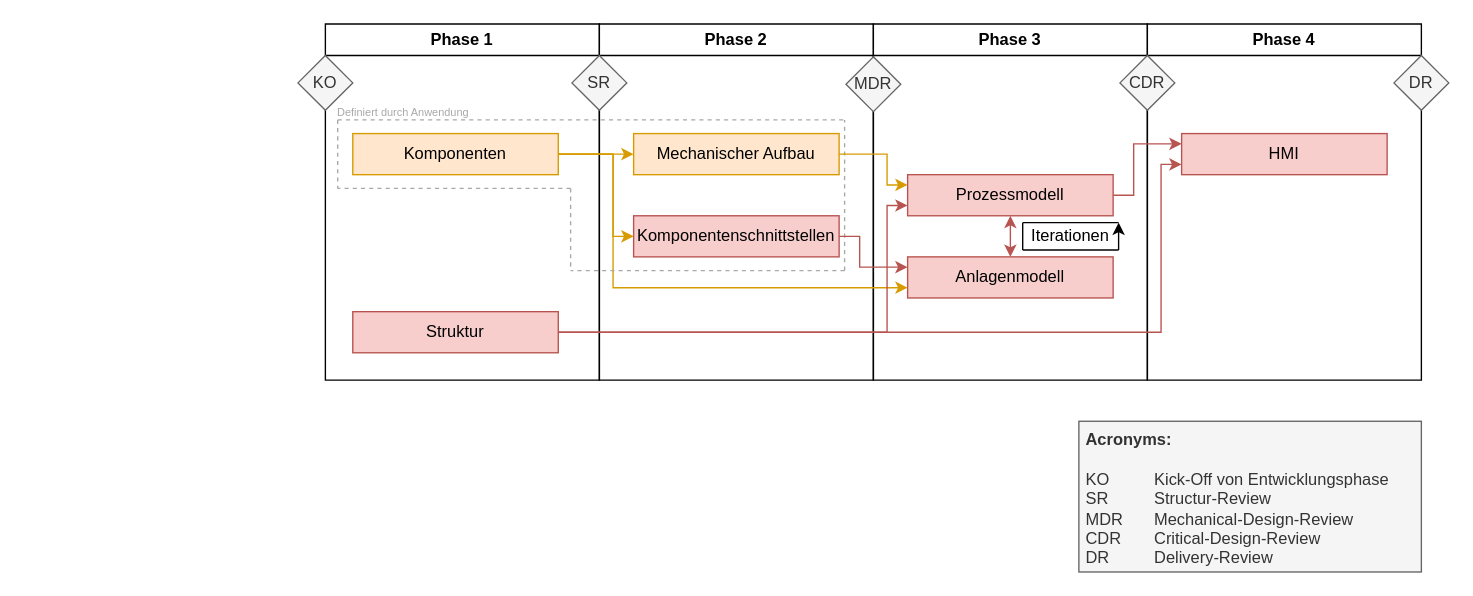
This is 03_Planung/02_Risikomanagement (Gate Planning)/GatePlanning.drawio from MrZabalu/MasterThesis, a draw.io file, before an edit. Source tidied: cells renumbered, new cells numbered last; positions are measured from the earlier drawing's top-left corner, leaving out a move shared by most shapes. Both pictures are drawn from the tidied source at 137%, with x=0, y=0 at pixel (297, 23).
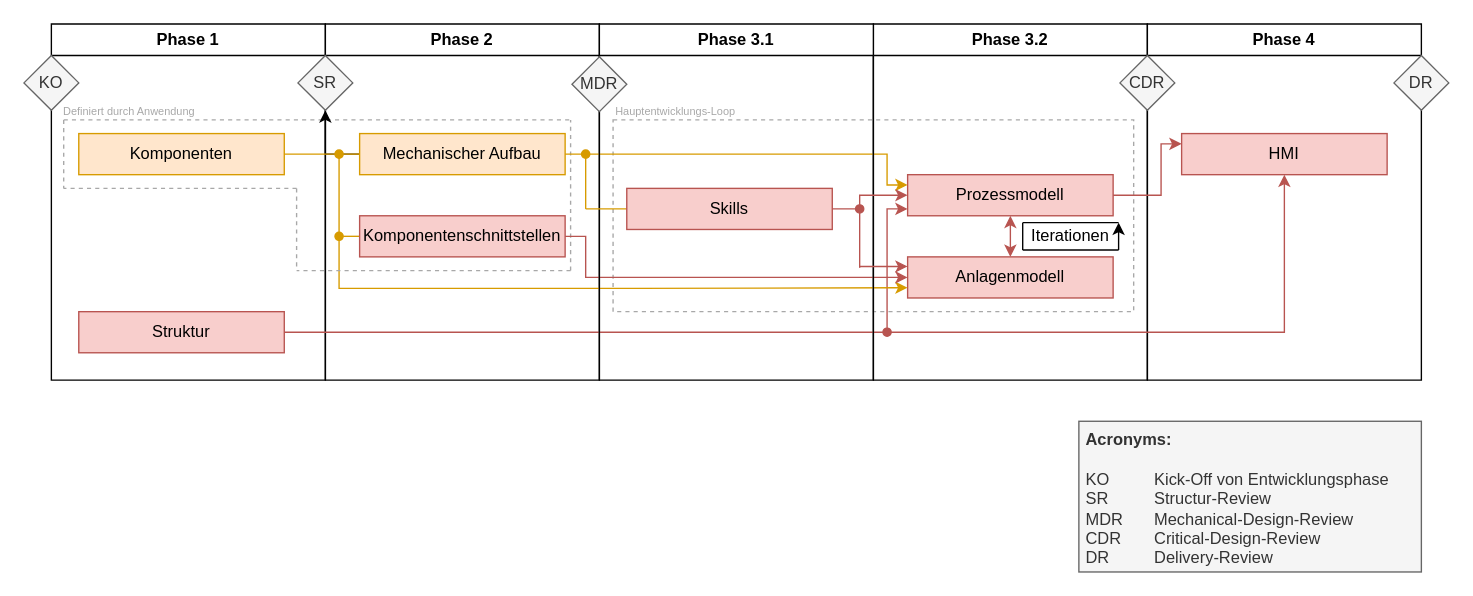
The same diagram, later.

The change refers to these unchanged cells:
```xml
<mxCell id="3" value="Komponenten" style="rounded=0;whiteSpace=wrap;html=1;fillColor=#ffe6cc;strokeColor=#d79b00;" parent="2" vertex="1">
  <mxGeometry x="20" y="80" width="150" height="30" as="geometry" />
</mxCell>
<mxCell id="4" value="Struktur" style="rounded=0;whiteSpace=wrap;html=1;fillColor=#f8cecc;strokeColor=#b85450;" parent="2" vertex="1">
  <mxGeometry x="20" y="210" width="150" height="30" as="geometry" />
</mxCell>
<mxCell id="9" value="Mechanischer Aufbau" style="rounded=0;whiteSpace=wrap;html=1;fillColor=#ffe6cc;strokeColor=#d79b00;" parent="8" vertex="1">
  <mxGeometry x="25" y="80" width="150" height="30" as="geometry" />
</mxCell>
<mxCell id="10" value="Komponentenschnittstellen" style="rounded=0;whiteSpace=wrap;html=1;fillColor=#f8cecc;strokeColor=#b85450;" parent="8" vertex="1">
  <mxGeometry x="25" y="140" width="150" height="30" as="geometry" />
</mxCell>
<mxCell id="11" value="SR" style="rhombus;whiteSpace=wrap;html=1;fillColor=#f5f5f5;fontColor=#333333;strokeColor=#666666;" parent="8" vertex="1">
  <mxGeometry x="-20" y="23" width="40" height="40" as="geometry" />
</mxCell>
<mxCell id="14" value="Anlagenmodell" style="rounded=0;whiteSpace=wrap;html=1;fillColor=#f8cecc;strokeColor=#b85450;" parent="13" vertex="1">
  <mxGeometry x="25" y="170" width="150" height="30" as="geometry" />
</mxCell>
<mxCell id="16" value="Prozessmodell" style="rounded=0;whiteSpace=wrap;html=1;fillColor=#f8cecc;strokeColor=#b85450;" parent="13" vertex="1">
  <mxGeometry x="25" y="110" width="150" height="30" as="geometry" />
</mxCell>
<mxCell id="24" value="HMI" style="rounded=0;whiteSpace=wrap;html=1;fillColor=#f8cecc;strokeColor=#b85450;" parent="23" vertex="1">
  <mxGeometry x="25" y="80" width="150" height="30" as="geometry" />
</mxCell>
```

Change to the diagram source:
```diff
@@
     <mxCell id="2" value="Phase 1" style="swimlane;whiteSpace=wrap;html=1;swimlaneFillColor=none;" parent="1" vertex="1">
-      <mxGeometry x="20" width="200" height="260" as="geometry" />
+      <mxGeometry x="-180" width="200" height="260" as="geometry" />
     </mxCell>
@@
     <mxCell id="7" value="Definiert durch Anwendung" style="text;html=1;align=left;verticalAlign=middle;whiteSpace=wrap;rounded=0;fontSize=8;fontColor=#A8A8A8;" parent="2" vertex="1">
-      <mxGeometry x="7" y="60" width="150" height="10" as="geometry" />
+      <mxGeometry x="7" y="59" width="150" height="10" as="geometry" />
     </mxCell>
     <mxCell id="8" value="Phase 2" style="swimlane;whiteSpace=wrap;html=1;" parent="1" vertex="1">
-      <mxGeometry x="220" width="200" height="260" as="geometry" />
+      <mxGeometry x="20" width="200" height="260" as="geometry" />
     </mxCell>
+    <mxCell id="40" style="edgeStyle=orthogonalEdgeStyle;rounded=0;jettySize=auto;html=1;" parent="8" edge="1" source="9" target="11">
+      <mxGeometry relative="1" as="geometry" />
+    </mxCell>
+    <mxCell id="41" style="rounded=0;jettySize=auto;html=1;endArrow=oval;endFill=1;fillColor=#ffe6cc;strokeColor=#d79b00;" parent="8" edge="1" source="9">
+      <mxGeometry relative="1" as="geometry">
+        <mxPoint x="10" y="95" as="targetPoint" />
+      </mxGeometry>
+    </mxCell>
@@
+    <mxCell id="42" style="rounded=0;jettySize=auto;html=1;endArrow=oval;endFill=1;fillColor=#ffe6cc;strokeColor=#d79b00;" parent="8" edge="1" source="10">
+      <mxGeometry relative="1" as="geometry">
+        <mxPoint x="10" y="155" as="targetPoint" />
+      </mxGeometry>
+    </mxCell>
@@
+    <mxCell id="43" style="endArrow=oval;html=1;rounded=0;endFill=1;fillColor=#ffe6cc;strokeColor=#d79b00;" parent="8" edge="1">
+      <mxGeometry relative="1" as="geometry">
+        <mxPoint x="190" y="135" as="sourcePoint" />
+        <mxPoint x="190" y="95" as="targetPoint" />
+      </mxGeometry>
+    </mxCell>
-    <mxCell id="13" value="Phase 3" style="swimlane;whiteSpace=wrap;html=1;" parent="1" vertex="1">
+    <mxCell id="13" value="Phase 3.2" style="swimlane;whiteSpace=wrap;html=1;" parent="1" vertex="1">
       <mxGeometry x="420" width="200" height="260" as="geometry" />
     </mxCell>
@@
-    <mxCell id="17" value="MDR" style="rhombus;whiteSpace=wrap;html=1;fillColor=#f5f5f5;fontColor=#333333;strokeColor=#666666;" parent="13" vertex="1">
-      <mxGeometry x="-20" y="24" width="40" height="40" as="geometry" />
-    </mxCell>
@@
+    <mxCell id="44" style="endArrow=classic;html=1;rounded=0;edgeStyle=orthogonalEdgeStyle;fillColor=#f8cecc;strokeColor=#b85450;endFill=1;startArrow=oval;startFill=1;" parent="13" edge="1">
+      <mxGeometry relative="1" as="geometry">
+        <mxPoint x="10" y="225" as="sourcePoint" />
+        <mxPoint x="25" y="135" as="targetPoint" />
+        <Array as="points">
+          <mxPoint x="10" y="135" />
+          <mxPoint x="25" y="135" />
+        </Array>
+      </mxGeometry>
+    </mxCell>
+    <mxCell id="45" style="rounded=0;whiteSpace=wrap;html=1;fillColor=none;strokeColor=#A8A8A8;dashed=1;" parent="13" vertex="1">
+      <mxGeometry x="-190" y="70" width="380" height="140" as="geometry" />
+    </mxCell>
@@
     <mxCell id="26" style="edgeStyle=orthogonalEdgeStyle;rounded=0;jettySize=auto;html=1;fillColor=#ffe6cc;strokeColor=#d79b00;entryX=0;entryY=0.75;entryDx=0;entryDy=0;" parent="1" edge="1" source="3" target="14">
       <mxGeometry relative="1" as="geometry">
         <Array as="points">
-          <mxPoint x="230" y="95" />
-          <mxPoint x="230" y="193" />
-          <mxPoint x="445" y="193" />
+          <mxPoint x="30" y="95" />
+          <mxPoint x="30" y="193" />
+          <mxPoint x="245" y="193" />
         </Array>
       </mxGeometry>
     </mxCell>
-    <mxCell id="27" style="edgeStyle=orthogonalEdgeStyle;rounded=0;jettySize=auto;html=1;entryX=0;entryY=0.5;entryDx=0;entryDy=0;fillColor=#ffe6cc;strokeColor=#d79b00;" parent="1" edge="1" source="3" target="10">
-      <mxGeometry relative="1" as="geometry">
-        <Array as="points">
-          <mxPoint x="230" y="95" />
-          <mxPoint x="230" y="155" />
-        </Array>
-      </mxGeometry>
-    </mxCell>
-    <mxCell id="28" style="edgeStyle=orthogonalEdgeStyle;rounded=0;jettySize=auto;html=1;fillColor=#ffe6cc;strokeColor=#d79b00;" parent="1" edge="1" source="3" target="9">
-      <mxGeometry relative="1" as="geometry" />
-    </mxCell>
     <mxCell id="29" style="edgeStyle=orthogonalEdgeStyle;rounded=0;jettySize=auto;html=1;entryX=0;entryY=0.25;entryDx=0;entryDy=0;fillColor=#ffe6cc;strokeColor=#d79b00;" parent="1" edge="1" source="9" target="16">
       <mxGeometry relative="1" as="geometry">
         <Array as="points">
           <mxPoint x="430" y="95" />
-          <mxPoint x="430" y="117" />
+          <mxPoint x="430" y="118" />
         </Array>
       </mxGeometry>
     </mxCell>
-    <mxCell id="30" style="edgeStyle=orthogonalEdgeStyle;rounded=0;jettySize=auto;html=1;entryX=0;entryY=0.75;entryDx=0;entryDy=0;fillColor=#f8cecc;strokeColor=#b85450;" parent="1" edge="1" source="4" target="16">
-      <mxGeometry relative="1" as="geometry">
-        <Array as="points">
-          <mxPoint x="430" y="225" />
-          <mxPoint x="430" y="133" />
-        </Array>
-      </mxGeometry>
-    </mxCell>
     <mxCell id="31" style="edgeStyle=orthogonalEdgeStyle;rounded=0;jettySize=auto;html=1;entryX=0;entryY=0.25;entryDx=0;entryDy=0;fillColor=#f8cecc;strokeColor=#b85450;" parent="1" edge="1" source="16" target="24">
       <mxGeometry relative="1" as="geometry">
         <Array as="points">
-          <mxPoint x="610" y="125" />
-          <mxPoint x="610" y="87" />
+          <mxPoint x="630" y="125" />
+          <mxPoint x="630" y="88" />
         </Array>
       </mxGeometry>
     </mxCell>
-    <mxCell id="32" style="edgeStyle=orthogonalEdgeStyle;rounded=0;jettySize=auto;html=1;entryX=0;entryY=0.75;entryDx=0;entryDy=0;fillColor=#f8cecc;strokeColor=#b85450;" parent="1" edge="1" source="4" target="24">
+    <mxCell id="32" style="edgeStyle=orthogonalEdgeStyle;rounded=0;jettySize=auto;html=1;entryX=0.5;entryY=1;entryDx=0;entryDy=0;fillColor=#f8cecc;strokeColor=#b85450;" parent="1" edge="1" source="4" target="24">
       <mxGeometry relative="1" as="geometry">
         <Array as="points">
-          <mxPoint x="630" y="225" />
-          <mxPoint x="630" y="103" />
+          <mxPoint x="720" y="225" />
         </Array>
       </mxGeometry>
     </mxCell>
-    <mxCell id="33" style="edgeStyle=orthogonalEdgeStyle;rounded=0;jettySize=auto;html=1;entryX=0;entryY=0.25;entryDx=0;entryDy=0;fillColor=#f8cecc;strokeColor=#b85450;flowAnimation=0;" parent="1" edge="1" source="10" target="14">
+    <mxCell id="33" style="edgeStyle=orthogonalEdgeStyle;rounded=0;jettySize=auto;html=1;entryX=0;entryY=0.5;entryDx=0;entryDy=0;fillColor=#f8cecc;strokeColor=#b85450;flowAnimation=0;" parent="1" edge="1" source="10" target="14">
       <mxGeometry relative="1" as="geometry">
         <Array as="points">
-          <mxPoint x="410" y="155" />
-          <mxPoint x="410" y="177" />
+          <mxPoint x="210" y="155" />
+          <mxPoint x="210" y="185" />
         </Array>
       </mxGeometry>
     </mxCell>
@@
     <mxCell id="36" style="endArrow=none;html=1;rounded=0;dashed=1;strokeColor=#A8A8A8;" parent="1" edge="1">
       <mxGeometry relative="1" as="geometry">
-        <mxPoint x="399" y="180" as="sourcePoint" />
-        <mxPoint x="199" y="180" as="targetPoint" />
+        <mxPoint x="199" y="180" as="sourcePoint" />
+        <mxPoint x="-1" y="180" as="targetPoint" />
       </mxGeometry>
     </mxCell>
     <mxCell id="37" style="endArrow=none;html=1;rounded=0;dashed=1;strokeColor=#A8A8A8;" parent="1" edge="1">
       <mxGeometry relative="1" as="geometry">
-        <mxPoint x="199" y="120" as="sourcePoint" />
-        <mxPoint x="199" y="180" as="targetPoint" />
+        <mxPoint x="-1" y="120" as="sourcePoint" />
+        <mxPoint x="-1" y="180" as="targetPoint" />
       </mxGeometry>
     </mxCell>
     <mxCell id="38" style="endArrow=none;html=1;rounded=0;dashed=1;strokeColor=#A8A8A8;" parent="1" edge="1">
       <mxGeometry relative="1" as="geometry">
-        <mxPoint x="199" y="120" as="sourcePoint" />
-        <mxPoint x="29" y="120" as="targetPoint" />
+        <mxPoint x="-1" y="120" as="sourcePoint" />
+        <mxPoint x="-171" y="120" as="targetPoint" />
       </mxGeometry>
     </mxCell>
     <mxCell id="39" style="endArrow=none;html=1;rounded=0;dashed=1;strokeColor=#A8A8A8;" parent="1" edge="1">
       <mxGeometry relative="1" as="geometry">
-        <mxPoint x="29" y="70" as="sourcePoint" />
-        <mxPoint x="29" y="120" as="targetPoint" />
+        <mxPoint x="-171" y="70" as="sourcePoint" />
+        <mxPoint x="-171" y="120" as="targetPoint" />
       </mxGeometry>
     </mxCell>
+    <mxCell id="46" value="Phase 3.1" style="swimlane;whiteSpace=wrap;html=1;" parent="1" vertex="1">
+      <mxGeometry x="220" width="200" height="260" as="geometry" />
+    </mxCell>
+    <mxCell id="17" value="MDR" style="rhombus;whiteSpace=wrap;html=1;fillColor=#f5f5f5;fontColor=#333333;strokeColor=#666666;" parent="46" vertex="1">
+      <mxGeometry x="-20" y="24" width="40" height="40" as="geometry" />
+    </mxCell>
+    <mxCell id="47" style="edgeStyle=orthogonalEdgeStyle;rounded=0;jettySize=auto;html=1;endArrow=none;endFill=0;fillColor=#ffe6cc;strokeColor=#d79b00;" parent="46" edge="1" source="48">
+      <mxGeometry relative="1" as="geometry">
+        <mxPoint x="-10" y="135" as="targetPoint" />
+      </mxGeometry>
+    </mxCell>
+    <mxCell id="48" value="Skills" style="rounded=0;whiteSpace=wrap;html=1;fillColor=#f8cecc;strokeColor=#b85450;" parent="46" vertex="1">
+      <mxGeometry x="20" y="120" width="150" height="30" as="geometry" />
+    </mxCell>
+    <mxCell id="49" style="endArrow=oval;html=1;rounded=0;fillColor=#f8cecc;strokeColor=#b85450;endFill=1;" parent="46" edge="1">
+      <mxGeometry relative="1" as="geometry">
+        <mxPoint x="190" y="178" as="sourcePoint" />
+        <mxPoint x="190" y="135" as="targetPoint" />
+      </mxGeometry>
+    </mxCell>
+    <mxCell id="50" value="Hauptentwicklungs-Loop" style="text;html=1;align=left;verticalAlign=middle;whiteSpace=wrap;rounded=0;fontSize=8;fontColor=#A8A8A8;" parent="46" vertex="1">
+      <mxGeometry x="10" y="59" width="150" height="10" as="geometry" />
+    </mxCell>
+    <mxCell id="51" style="edgeStyle=orthogonalEdgeStyle;rounded=0;jettySize=auto;html=1;entryX=0;entryY=0.5;entryDx=0;entryDy=0;fillColor=#f8cecc;strokeColor=#b85450;" parent="1" edge="1" source="48" target="16">
+      <mxGeometry relative="1" as="geometry">
+        <Array as="points">
+          <mxPoint x="410" y="135" />
+          <mxPoint x="410" y="125" />
+        </Array>
+      </mxGeometry>
+    </mxCell>
+    <mxCell id="52" style="endArrow=classic;html=1;rounded=0;fillColor=#f8cecc;strokeColor=#b85450;endFill=1;" parent="1" edge="1">
+      <mxGeometry relative="1" as="geometry">
+        <mxPoint x="410" y="177" as="sourcePoint" />
+        <mxPoint x="445" y="177" as="targetPoint" />
+      </mxGeometry>
+    </mxCell>
```
